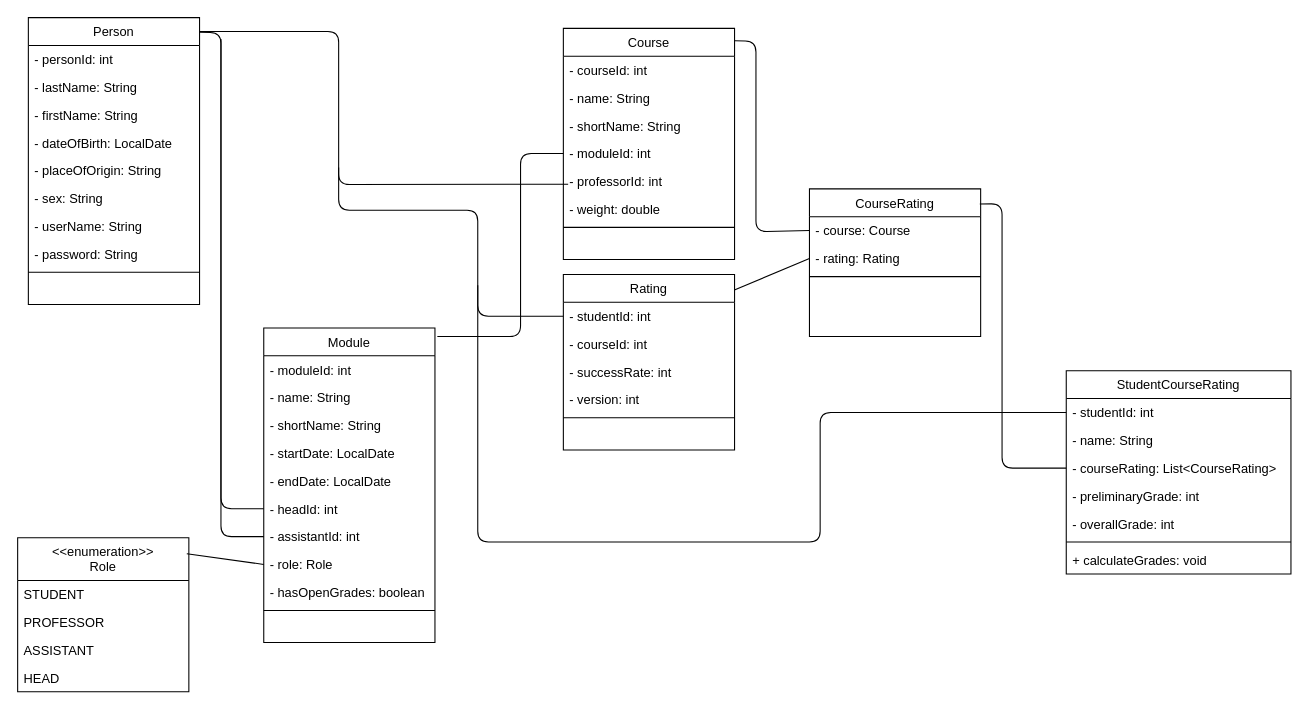
Earlier version of the draw.io diagram docs/DomainModel.drawio (igorstojanovic91/bfh_equals). Source tidied: cells renumbered, new cells numbered last; positions are measured from the earlier drawing's top-left corner, leaving out a move shared by most shapes. Both pictures are drawn from the tidied source at 107%, with x=0, y=0 at pixel (17, 17).
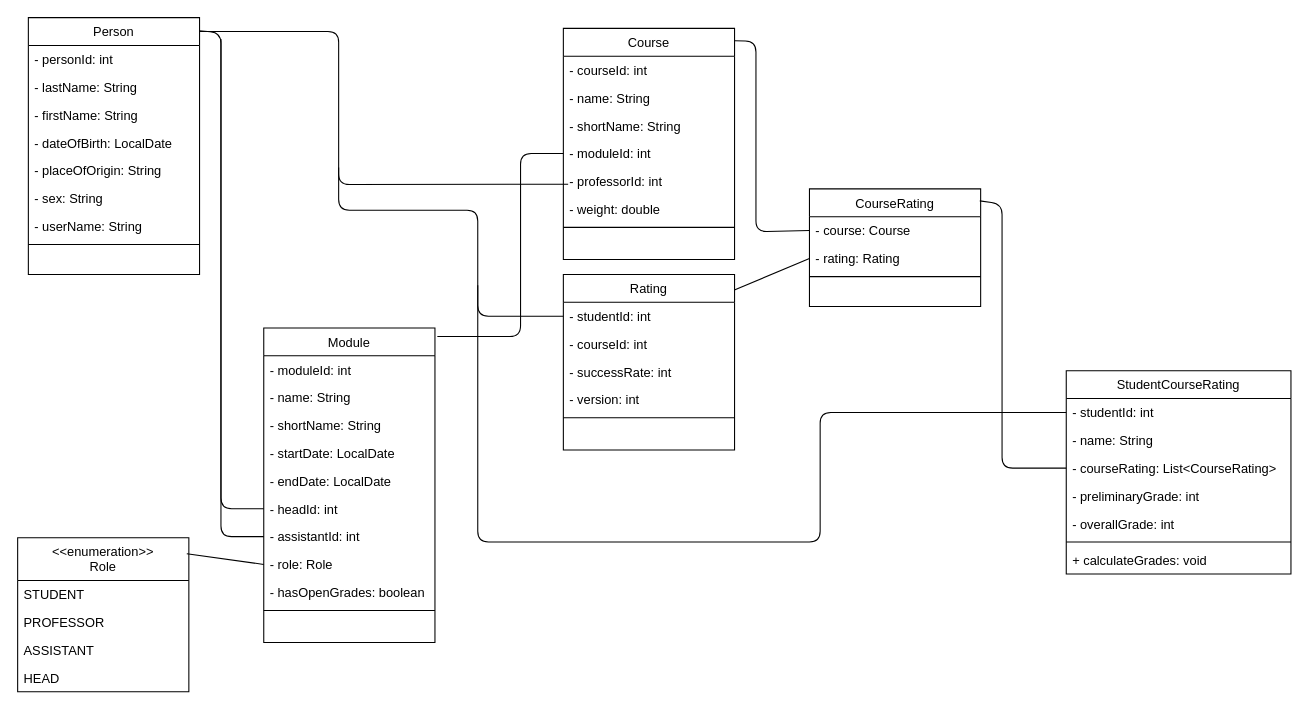
After the change.

The edit, as a diff of the source:
```diff
@@
     <mxCell id="22" value="Person" style="swimlane;fontStyle=0;align=center;verticalAlign=top;horizontal=1;startSize=26;rounded=0;shadow=0;strokeWidth=1;" parent="1" vertex="1">
-      <mxGeometry x="10" width="160" height="268" as="geometry" />
+      <mxGeometry x="10" width="160" height="240" as="geometry" />
     </mxCell>
@@
-    <mxCell id="30" value="- password: String" style="text;align=left;verticalAlign=top;spacingLeft=4;spacingRight=4;overflow=hidden;" parent="22" vertex="1">
-      <mxGeometry y="208" width="160" height="26" as="geometry" />
-    </mxCell>
     <mxCell id="31" style="line;html=1;strokeWidth=1;align=left;verticalAlign=middle;spacingTop=-1;spacingLeft=3;spacingRight=3;labelPosition=right;" parent="22" vertex="1">
-      <mxGeometry y="234" width="160" height="8" as="geometry" />
+      <mxGeometry y="208" width="160" height="8" as="geometry" />
     </mxCell>
@@
     <mxCell id="38" value="CourseRating" style="swimlane;fontStyle=0;align=center;verticalAlign=top;horizontal=1;startSize=26;rounded=0;shadow=0;strokeWidth=1;" parent="1" vertex="1">
-      <mxGeometry x="740" y="160" width="160" height="138" as="geometry" />
+      <mxGeometry x="740" y="160" width="160" height="110" as="geometry" />
     </mxCell>
```
